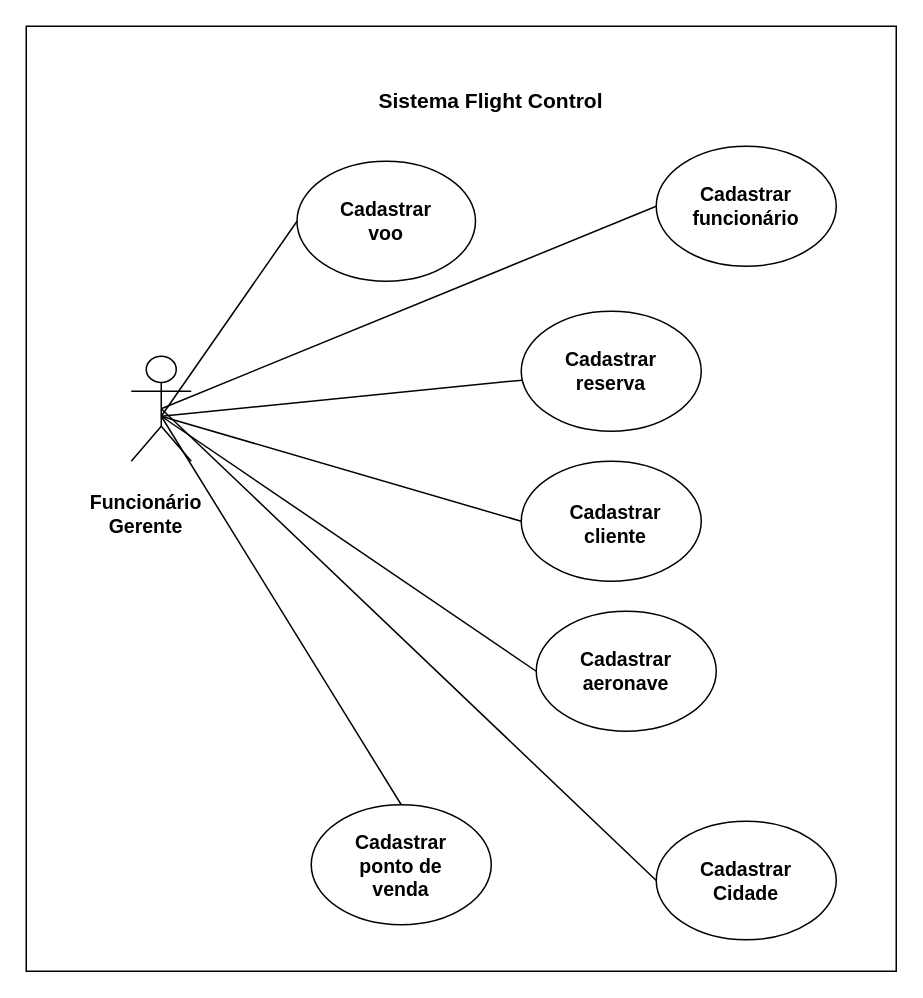
Earlier version of the draw.io diagram Case_FC_.drawio (natspeixoto/Eng_Softwr_II). Source tidied: cells renumbered, new cells numbered last; positions are measured from the earlier drawing's top-left corner, leaving out a move shared by most shapes. Both pictures are drawn from the tidied source at 150%, with x=0, y=0 at pixel (26, 26).
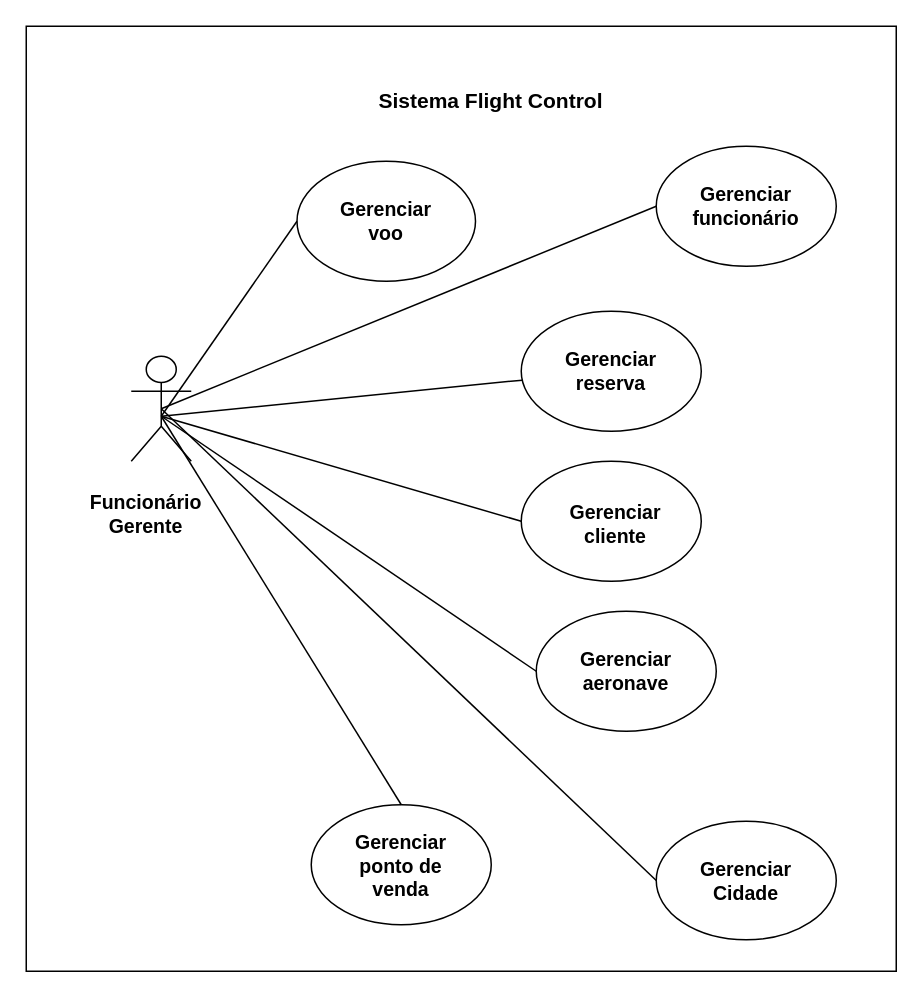
The same diagram, later.

Diff of the diagram source:
```diff
@@
-    <mxCell id="12" value="Cadastrar&lt;br&gt;cliente" style="text;html=1;strokeColor=none;fillColor=none;align=center;verticalAlign=middle;whiteSpace=wrap;rounded=0;fontSize=13;fontStyle=1;" parent="1" vertex="1">
+    <mxCell id="12" value="Gerenciar&lt;br&gt;cliente" style="text;html=1;strokeColor=none;fillColor=none;align=center;verticalAlign=middle;whiteSpace=wrap;rounded=0;fontSize=13;fontStyle=1;" parent="1" vertex="1">
       <mxGeometry x="373" y="322" width="40" height="20" as="geometry" />
     </mxCell>
-    <mxCell id="13" value="Cadastrar&lt;br&gt;voo" style="text;html=1;strokeColor=none;fillColor=none;align=center;verticalAlign=middle;whiteSpace=wrap;rounded=0;fontSize=13;fontStyle=1;" parent="1" vertex="1">
+    <mxCell id="13" value="Gerenciar&lt;br&gt;voo" style="text;html=1;strokeColor=none;fillColor=none;align=center;verticalAlign=middle;whiteSpace=wrap;rounded=0;fontSize=13;fontStyle=1;" parent="1" vertex="1">
       <mxGeometry x="220" y="120" width="40" height="20" as="geometry" />
     </mxCell>
-    <mxCell id="14" value="Cadastrar&lt;br&gt;aeronave" style="text;html=1;strokeColor=none;fillColor=none;align=center;verticalAlign=middle;whiteSpace=wrap;rounded=0;fontSize=13;fontStyle=1;" parent="1" vertex="1">
+    <mxCell id="14" value="Gerenciar&lt;br&gt;aeronave" style="text;html=1;strokeColor=none;fillColor=none;align=center;verticalAlign=middle;whiteSpace=wrap;rounded=0;fontSize=13;fontStyle=1;" parent="1" vertex="1">
       <mxGeometry x="380" y="420" width="40" height="20" as="geometry" />
     </mxCell>
-    <mxCell id="15" value="Cadastrar&lt;br&gt;ponto de venda" style="text;html=1;strokeColor=none;fillColor=none;align=center;verticalAlign=middle;whiteSpace=wrap;rounded=0;fontSize=13;fontStyle=1;" parent="1" vertex="1">
+    <mxCell id="15" value="Gerenciar&lt;br&gt;ponto de venda" style="text;html=1;strokeColor=none;fillColor=none;align=center;verticalAlign=middle;whiteSpace=wrap;rounded=0;fontSize=13;fontStyle=1;" parent="1" vertex="1">
       <mxGeometry x="230" y="549.5" width="40" height="20" as="geometry" />
     </mxCell>
-    <mxCell id="16" value="Cadastrar&lt;br&gt;funcionário" style="text;html=1;strokeColor=none;fillColor=none;align=center;verticalAlign=middle;whiteSpace=wrap;rounded=0;fontSize=13;fontStyle=1;" parent="1" vertex="1">
+    <mxCell id="16" value="Gerenciar&lt;br&gt;funcionário" style="text;html=1;strokeColor=none;fillColor=none;align=center;verticalAlign=middle;whiteSpace=wrap;rounded=0;fontSize=13;fontStyle=1;" parent="1" vertex="1">
       <mxGeometry x="460" y="110" width="40" height="20" as="geometry" />
     </mxCell>
-    <mxCell id="17" value="Cadastrar&lt;br&gt;reserva&lt;br&gt;" style="text;html=1;strokeColor=none;fillColor=none;align=center;verticalAlign=middle;whiteSpace=wrap;rounded=0;fontSize=13;fontStyle=1;" parent="1" vertex="1">
+    <mxCell id="17" value="Gerenciar&lt;br&gt;reserva" style="text;html=1;strokeColor=none;fillColor=none;align=center;verticalAlign=middle;whiteSpace=wrap;rounded=0;fontSize=13;fontStyle=1;" parent="1" vertex="1">
       <mxGeometry x="370" y="220" width="40" height="20" as="geometry" />
     </mxCell>
@@
-    <mxCell id="19" value="Cadastrar&lt;br&gt;Cidade" style="text;html=1;strokeColor=none;fillColor=none;align=center;verticalAlign=middle;whiteSpace=wrap;rounded=0;fontSize=13;fontStyle=1;" parent="1" vertex="1">
+    <mxCell id="19" value="Gerenciar&lt;br&gt;Cidade" style="text;html=1;strokeColor=none;fillColor=none;align=center;verticalAlign=middle;whiteSpace=wrap;rounded=0;fontSize=13;fontStyle=1;" parent="1" vertex="1">
       <mxGeometry x="460" y="559.5" width="40" height="20" as="geometry" />
     </mxCell>
```
